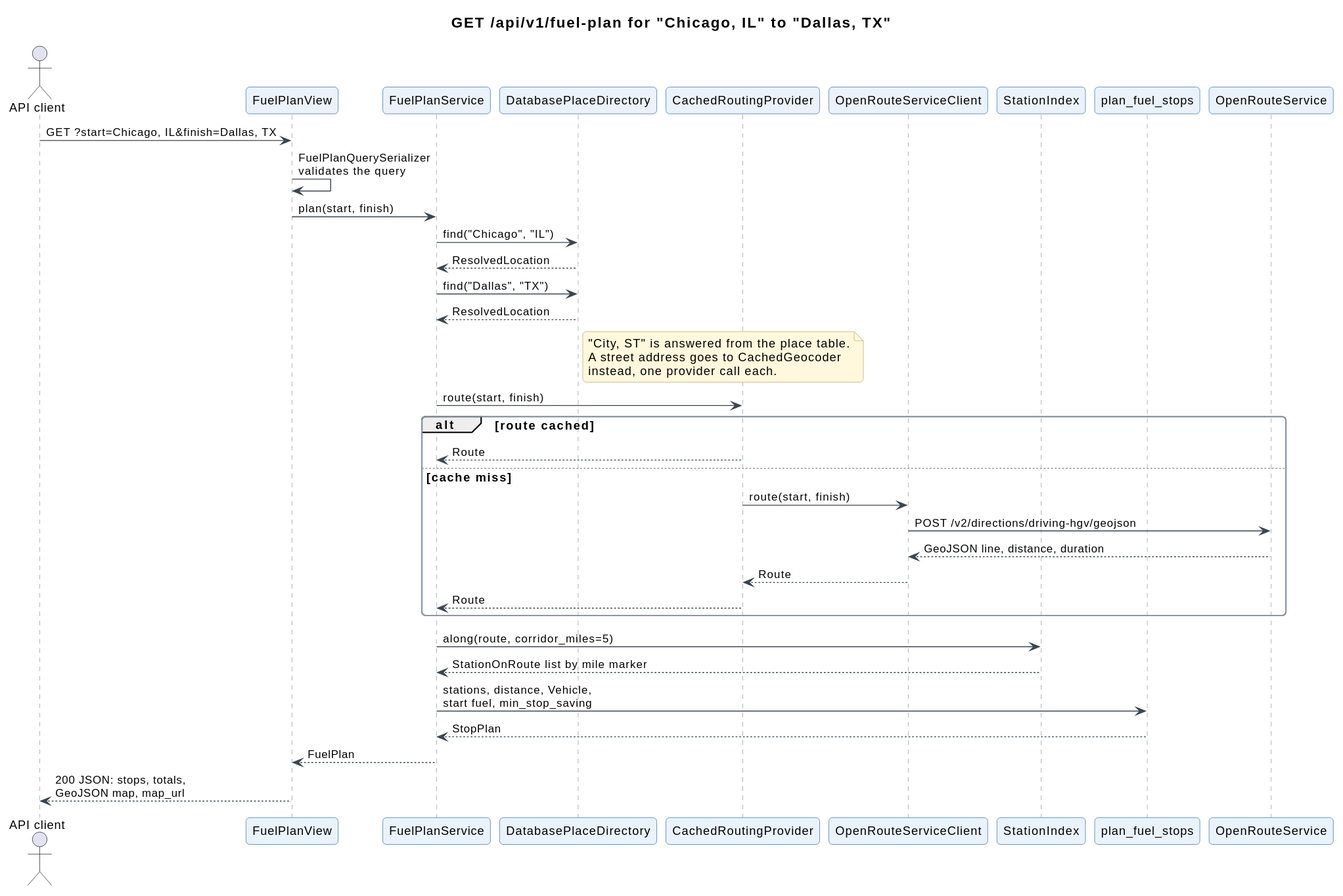
Above: docs/diagrams/sequence-fuel-plan.svg in kapildagur/fuel-route-api (PlantUML), before the change. Its source is kept beside it as docs/diagrams/sequence-fuel-plan.puml. The source it was exported from:
```plantuml
@startuml sequence-fuel-plan
!include style.iuml
title GET /api/v1/fuel-plan for "Chicago, IL" to "Dallas, TX"

actor "API client" as client
participant FuelPlanView as view
participant FuelPlanService as service
participant DatabasePlaceDirectory as places
participant CachedRoutingProvider as routing
participant OpenRouteServiceClient as ors_client
participant StationIndex as index
participant plan_fuel_stops as planner
participant "OpenRouteService" as ors

client -> view : GET ?start=Chicago, IL&finish=Dallas, TX
view -> view : FuelPlanQuerySerializer\nvalidates the query
view -> service : plan(start, finish)
service -> places : find("Chicago", "IL")
places --> service : ResolvedLocation
service -> places : find("Dallas", "TX")
places --> service : ResolvedLocation
note right of places
  "City, ST" is answered from the place table.
  A street address goes to CachedGeocoder
  instead, one provider call each.
end note
service -> routing : route(start, finish)
alt route cached
  routing --> service : Route
else cache miss
  routing -> ors_client : route(start, finish)
  ors_client -> ors : POST /v2/directions/driving-hgv/geojson
  ors --> ors_client : GeoJSON line, distance, duration
  ors_client --> routing : Route
  routing --> service : Route
end
service -> index : along(route, corridor_miles=5)
index --> service : StationOnRoute list by mile marker
service -> planner : stations, distance, Vehicle,\nstart fuel, min_stop_saving
planner --> service : StopPlan
service --> view : FuelPlan
view --> client : 200 JSON: stops, totals,\nGeoJSON map, map_url
@enduml
```
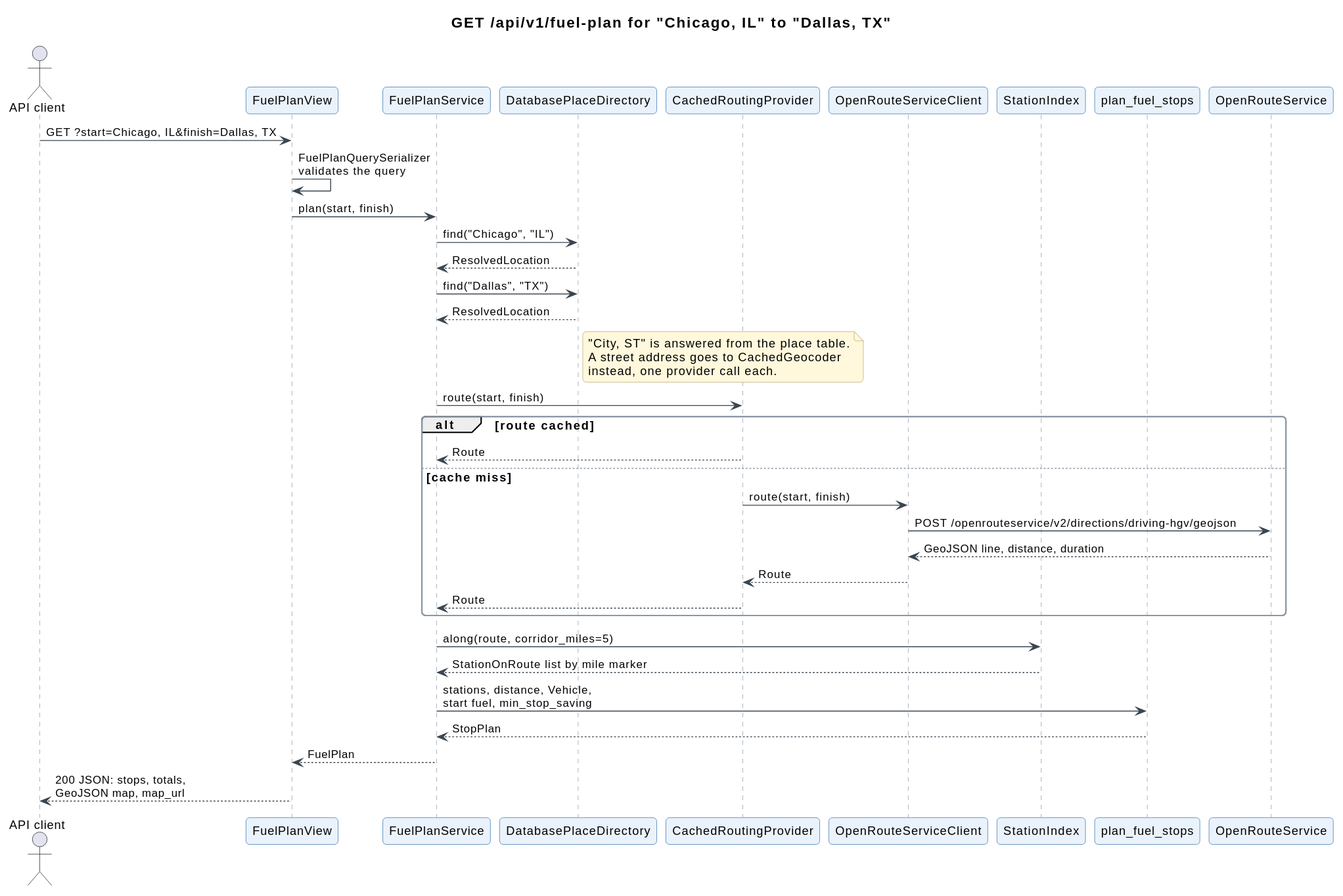
Above is the later version.

Change to the diagram source:
```diff
@@ -29,7 +29,7 @@
   routing --> service : Route
 else cache miss
   routing -> ors_client : route(start, finish)
-  ors_client -> ors : POST /v2/directions/driving-hgv/geojson
+  ors_client -> ors : POST /openrouteservice/v2/directions/driving-hgv/geojson
   ors --> ors_client : GeoJSON line, distance, duration
   ors_client --> routing : Route
   routing --> service : Route
```
